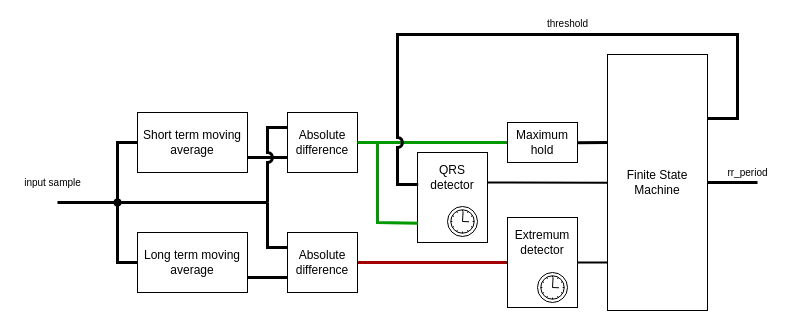
jmat97/RPD22 keeps this draw.io diagram as doc/drawio_diagrams/RPD_algorithm.drawio. Above is the earlier version. Source tidied: cells renumbered, new cells numbered last; positions are measured from the earlier drawing's top-left corner, leaving out a move shared by most shapes. Both pictures are drawn from the tidied source at 100%, with x=0, y=0 at pixel (17, 34).
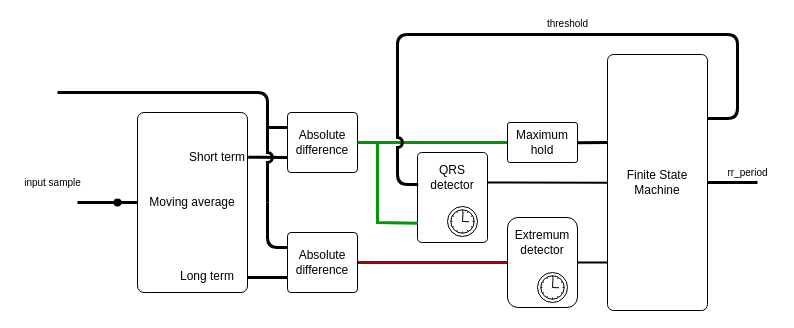
The same page after the edit.

What changed in the source:
```diff
@@
-    <mxCell id="2" style="edgeStyle=orthogonalEdgeStyle;rounded=0;jettySize=auto;html=1;exitX=1;exitY=0.75;exitDx=0;exitDy=0;entryX=0;entryY=0.75;entryDx=0;entryDy=0;endArrow=none;endFill=0;strokeWidth=3;" parent="1" edge="1" source="3" target="7">
-      <mxGeometry relative="1" as="geometry" />
+    <mxCell id="2" style="edgeStyle=orthogonalEdgeStyle;rounded=0;jettySize=auto;html=1;entryX=0;entryY=0.75;entryDx=0;entryDy=0;endArrow=none;endFill=0;strokeWidth=3;exitX=1.006;exitY=0.249;exitDx=0;exitDy=0;exitPerimeter=0;" parent="1" edge="1" source="3" target="7">
+      <mxGeometry relative="1" as="geometry">
+        <Array as="points">
+          <mxPoint x="240" y="123" />
+          <mxPoint x="240" y="123" />
+        </Array>
+      </mxGeometry>
     </mxCell>
-    <mxCell id="3" value="Short term moving average" style="rounded=0;whiteSpace=wrap;html=1;" parent="1" vertex="1">
-      <mxGeometry x="120" y="78" width="110" height="60" as="geometry" />
+    <mxCell id="3" value="Moving average" style="rounded=1;whiteSpace=wrap;html=1;arcSize=6;" parent="1" vertex="1">
+      <mxGeometry x="120" y="78" width="110" height="180" as="geometry" />
     </mxCell>
-    <mxCell id="4" style="edgeStyle=orthogonalEdgeStyle;rounded=0;jumpStyle=arc;jettySize=auto;html=1;exitX=1;exitY=0.75;exitDx=0;exitDy=0;entryX=0;entryY=0.75;entryDx=0;entryDy=0;endArrow=none;endFill=0;strokeWidth=3;" parent="1" edge="1" source="5" target="10">
-      <mxGeometry relative="1" as="geometry" />
+    <mxCell id="4" style="edgeStyle=orthogonalEdgeStyle;rounded=0;jumpStyle=arc;jettySize=auto;html=1;exitX=1;exitY=0.75;exitDx=0;exitDy=0;entryX=0;entryY=0.75;entryDx=0;entryDy=0;endArrow=none;endFill=0;strokeWidth=3;" parent="1" edge="1" target="10">
+      <mxGeometry relative="1" as="geometry">
+        <mxPoint x="230" y="243" as="sourcePoint" />
+      </mxGeometry>
     </mxCell>
-    <mxCell id="5" value="Long term moving average" style="rounded=0;whiteSpace=wrap;html=1;" parent="1" vertex="1">
-      <mxGeometry x="120" y="198" width="110" height="60" as="geometry" />
-    </mxCell>
@@
-    <mxCell id="7" value="Absolute difference" style="rounded=0;whiteSpace=wrap;html=1;" parent="1" vertex="1">
+    <mxCell id="7" value="Absolute difference" style="rounded=1;whiteSpace=wrap;html=1;arcSize=6;" parent="1" vertex="1">
       <mxGeometry x="270" y="78" width="70" height="60" as="geometry" />
     </mxCell>
-    <mxCell id="8" style="edgeStyle=orthogonalEdgeStyle;rounded=0;jumpStyle=arc;jettySize=auto;html=1;exitX=0;exitY=0.25;exitDx=0;exitDy=0;endArrow=none;endFill=0;strokeWidth=3;" parent="1" edge="1" source="10">
+    <mxCell id="8" style="edgeStyle=orthogonalEdgeStyle;rounded=1;jumpStyle=arc;jettySize=auto;html=1;exitX=0;exitY=0.25;exitDx=0;exitDy=0;endArrow=none;endFill=0;strokeWidth=3;" parent="1" edge="1" source="10">
       <mxGeometry relative="1" as="geometry">
         <mxPoint x="250" y="168" as="targetPoint" />
       </mxGeometry>
     </mxCell>
@@
-    <mxCell id="10" value="Absolute difference" style="rounded=0;whiteSpace=wrap;html=1;" parent="1" vertex="1">
+    <mxCell id="10" value="Absolute difference" style="rounded=1;whiteSpace=wrap;html=1;arcSize=6;" parent="1" vertex="1">
       <mxGeometry x="270" y="198" width="70" height="60" as="geometry" />
     </mxCell>
@@
-    <mxCell id="12" value="Maximum hold" style="rounded=0;whiteSpace=wrap;html=1;" parent="1" vertex="1">
+    <mxCell id="12" value="Maximum hold" style="rounded=1;whiteSpace=wrap;html=1;arcSize=6;" parent="1" vertex="1">
       <mxGeometry x="490" y="88" width="70" height="40" as="geometry" />
     </mxCell>
-    <mxCell id="13" value="QRS detector" style="rounded=0;whiteSpace=wrap;html=1;spacingBottom=40;" parent="1" vertex="1">
+    <mxCell id="13" value="QRS detector" style="rounded=1;whiteSpace=wrap;html=1;spacingBottom=40;arcSize=6;" parent="1" vertex="1">
       <mxGeometry x="400" y="118" width="70" height="90" as="geometry" />
     </mxCell>
@@
-    <mxCell id="15" style="edgeStyle=orthogonalEdgeStyle;rounded=0;jumpStyle=arc;orthogonalLoop=1;jettySize=auto;html=1;exitX=1;exitY=0.25;exitDx=0;exitDy=0;endArrow=none;endFill=0;strokeWidth=3;entryX=0.01;entryY=0.355;entryDx=0;entryDy=0;entryPerimeter=0;" parent="1" edge="1">
+    <mxCell id="15" style="edgeStyle=orthogonalEdgeStyle;rounded=1;jumpStyle=arc;orthogonalLoop=1;jettySize=auto;html=1;exitX=1;exitY=0.25;exitDx=0;exitDy=0;endArrow=none;endFill=0;strokeWidth=3;entryX=0.01;entryY=0.355;entryDx=0;entryDy=0;entryPerimeter=0;" parent="1" edge="1">
       <mxGeometry relative="1" as="geometry">
         <mxPoint x="690" y="84" as="sourcePoint" />
         <mxPoint x="400.7" y="149.9" as="targetPoint" />
         <Array as="points">
           <mxPoint x="720" y="84" />
           <mxPoint x="720" />
           <mxPoint x="380" />
           <mxPoint x="380" y="150" />
         </Array>
       </mxGeometry>
     </mxCell>
@@
-    <mxCell id="17" value="Finite State Machine" style="rounded=0;whiteSpace=wrap;html=1;" parent="1" vertex="1">
+    <mxCell id="17" value="Finite State Machine" style="rounded=1;whiteSpace=wrap;html=1;arcSize=6;" parent="1" vertex="1">
       <mxGeometry x="590" y="20" width="100" height="256" as="geometry" />
     </mxCell>
     <mxCell id="18" style="endArrow=none;html=1;entryX=0;entryY=0.5;entryDx=0;entryDy=0;rounded=0;strokeWidth=3;" parent="1" edge="1" target="3">
       <mxGeometry relative="1" as="geometry">
         <mxPoint x="100" y="168" as="sourcePoint" />
-        <Array as="points">
-          <mxPoint x="100" y="108" />
-        </Array>
       </mxGeometry>
     </mxCell>
-    <mxCell id="19" style="endArrow=none;html=1;exitX=0;exitY=0.5;exitDx=0;exitDy=0;rounded=0;strokeWidth=3;" parent="1" edge="1" source="5">
+    <mxCell id="19" style="endArrow=none;html=1;rounded=0;strokeWidth=3;" parent="1" edge="1">
       <mxGeometry relative="1" as="geometry">
+        <mxPoint x="60" y="168" as="sourcePoint" />
         <mxPoint x="100" y="168" as="targetPoint" />
-        <Array as="points">
-          <mxPoint x="100" y="228" />
-        </Array>
       </mxGeometry>
     </mxCell>
     <mxCell id="20" style="endArrow=none;html=1;strokeWidth=3;" parent="1" edge="1">
       <mxGeometry relative="1" as="geometry">
-        <mxPoint x="40" y="168" as="sourcePoint" />
-        <mxPoint x="250" y="168" as="targetPoint" />
+        <mxPoint x="40" y="58" as="sourcePoint" />
+        <mxPoint x="250" y="98" as="targetPoint" />
+        <Array as="points">
+          <mxPoint x="250" y="58" />
+        </Array>
       </mxGeometry>
     </mxCell>
@@
-    <mxCell id="24" style="group;" parent="1" vertex="1">
+    <mxCell id="24" style="group;rounded=1;arcSize=6;" parent="1" vertex="1">
       <mxGeometry x="490" y="183" width="70" height="90" as="geometry" />
     </mxCell>
-    <mxCell id="25" value="Extremum detector" style="rounded=0;whiteSpace=wrap;html=1;spacingLeft=0;spacingBottom=40;" parent="24" vertex="1">
+    <mxCell id="25" value="Extremum detector" style="rounded=1;whiteSpace=wrap;html=1;spacingLeft=0;spacingBottom=40;" parent="24" vertex="1">
       <mxGeometry width="70" height="90" as="geometry" />
     </mxCell>
@@
+    <mxCell id="32" value="Short term" style="text;html=1;strokeColor=none;fillColor=none;align=center;verticalAlign=middle;whiteSpace=wrap;rounded=0;" parent="1" vertex="1">
+      <mxGeometry x="170" y="108" width="60" height="30" as="geometry" />
+    </mxCell>
+    <mxCell id="33" value="Long term" style="text;html=1;strokeColor=none;fillColor=none;align=center;verticalAlign=middle;whiteSpace=wrap;rounded=0;" parent="1" vertex="1">
+      <mxGeometry x="160" y="227" width="60" height="30" as="geometry" />
+    </mxCell>
```
